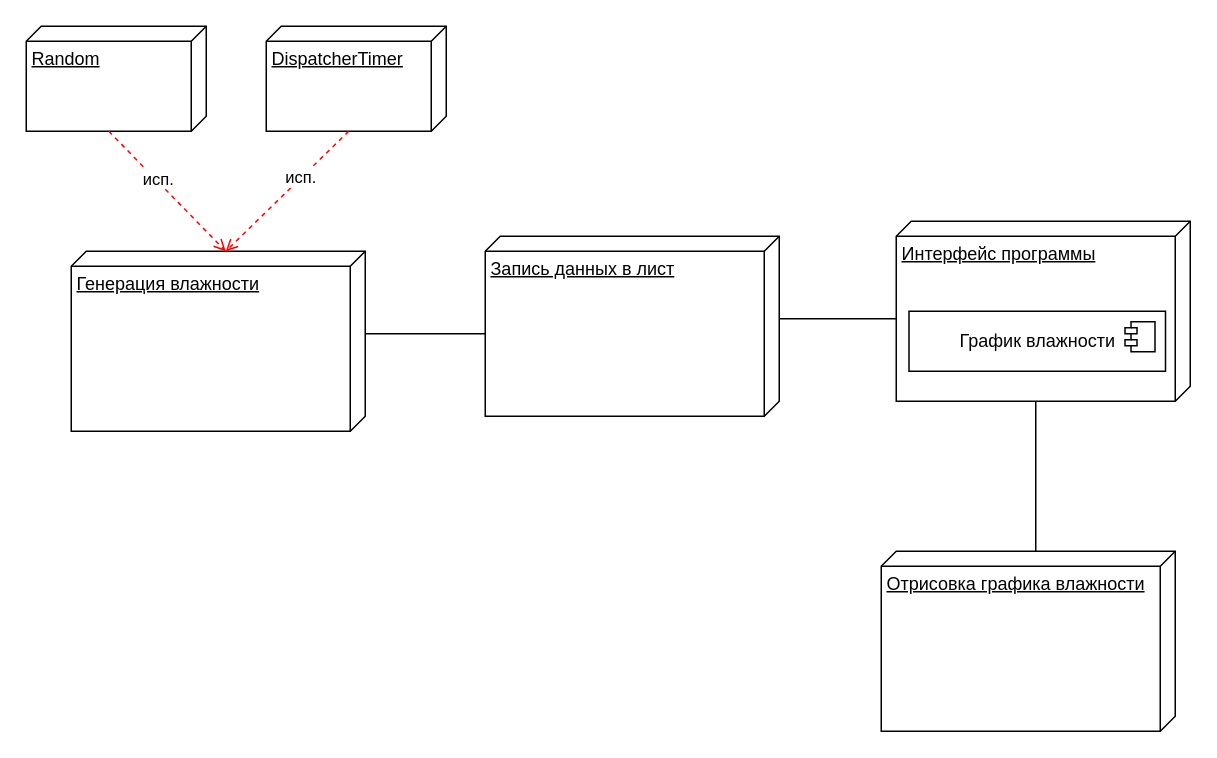
JPKakaAG/praktika5v keeps this draw.io diagram as Диаграммы/8 Диаграмма развёртывания.drawio. Above is the earlier version. Source tidied: cells renumbered, new cells numbered last; positions are measured from the earlier drawing's top-left corner, leaving out a move shared by most shapes. Both pictures are drawn from the tidied source at 150%, with x=0, y=0 at pixel (26, 26).
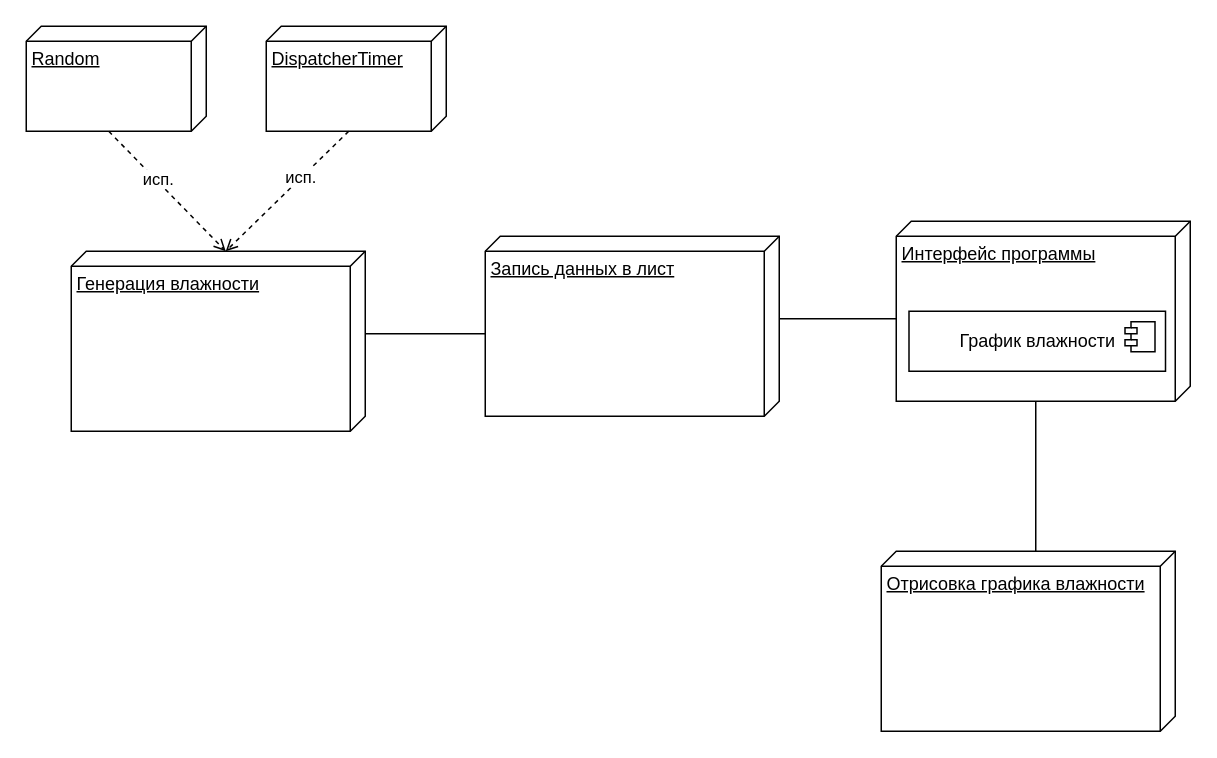
The same diagram, later.

The edit, as a diff of the source:
```diff
@@
 <mxGraphModel>
   <root>
     <mxCell id="0" />
     <mxCell id="1" parent="0" />
     <mxCell id="2" value="Запись данных в лист" style="verticalAlign=top;align=left;spacingTop=8;spacingLeft=2;spacingRight=12;shape=cube;size=10;direction=south;fontStyle=4;html=1;whiteSpace=wrap;" parent="1" vertex="1">
       <mxGeometry x="306" y="140" width="196" height="120" as="geometry" />
     </mxCell>
     <mxCell id="3" value="Генерация влажности" style="verticalAlign=top;align=left;spacingTop=8;spacingLeft=2;spacingRight=12;shape=cube;size=10;direction=south;fontStyle=4;html=1;whiteSpace=wrap;" parent="1" vertex="1">
       <mxGeometry x="30" y="150" width="196" height="120" as="geometry" />
     </mxCell>
     <mxCell id="4" value="Интерфейс программы" style="verticalAlign=top;align=left;spacingTop=8;spacingLeft=2;spacingRight=12;shape=cube;size=10;direction=south;fontStyle=4;html=1;whiteSpace=wrap;" parent="1" vertex="1">
       <mxGeometry x="580" y="130" width="196" height="120" as="geometry" />
     </mxCell>
     <mxCell id="5" value="График влажности" style="html=1;whiteSpace=wrap;" parent="1" vertex="1">
       <mxGeometry x="588.5" y="190" width="171" height="40" as="geometry" />
     </mxCell>
     <mxCell id="6" style="shape=module;jettyWidth=8;jettyHeight=4;" parent="5" vertex="1">
       <mxGeometry x="1" width="20" height="20" relative="1" as="geometry">
         <mxPoint x="-27" y="7" as="offset" />
       </mxGeometry>
     </mxCell>
     <mxCell id="7" value="Отрисовка графика влажности" style="verticalAlign=top;align=left;spacingTop=8;spacingLeft=2;spacingRight=12;shape=cube;size=10;direction=south;fontStyle=4;html=1;whiteSpace=wrap;" parent="1" vertex="1">
       <mxGeometry x="570" y="350" width="196" height="120" as="geometry" />
     </mxCell>
     <mxCell id="8" value="Random" style="verticalAlign=top;align=left;spacingTop=8;spacingLeft=2;spacingRight=12;shape=cube;size=10;direction=south;fontStyle=4;html=1;whiteSpace=wrap;" parent="1" vertex="1">
       <mxGeometry width="120" height="70" as="geometry" />
     </mxCell>
     <mxCell id="9" value="DispatcherTimer" style="verticalAlign=top;align=left;spacingTop=8;spacingLeft=2;spacingRight=12;shape=cube;size=10;direction=south;fontStyle=4;html=1;whiteSpace=wrap;" parent="1" vertex="1">
       <mxGeometry x="160" width="120" height="70" as="geometry" />
     </mxCell>
-    <mxCell id="10" style="endArrow=open;html=1;rounded=0;dashed=1;endFill=0;strokeColor=#ff0000;entryX=0;entryY=0;entryDx=0;entryDy=93;entryPerimeter=0;exitX=0;exitY=0;exitDx=70;exitDy=65;exitPerimeter=0;" parent="1" edge="1" source="8" target="3">
+    <mxCell id="10" style="endArrow=open;html=1;rounded=0;dashed=1;endFill=0;strokeColor=#000000;entryX=0;entryY=0;entryDx=0;entryDy=93;entryPerimeter=0;exitX=0;exitY=0;exitDx=70;exitDy=65;exitPerimeter=0;" parent="1" edge="1" source="8" target="3">
       <mxGeometry relative="1" as="geometry" />
     </mxCell>
     <mxCell id="11" value="исп." style="edgeLabel;html=1;align=center;verticalAlign=middle;" parent="10" vertex="1">
       <mxGeometry x="-0.2" y="1" relative="1" as="geometry" />
     </mxCell>
-    <mxCell id="12" style="endArrow=open;html=1;rounded=0;dashed=1;endFill=0;strokeColor=#ff0000;exitX=0;exitY=0;exitDx=70;exitDy=65;exitPerimeter=0;entryX=0;entryY=0;entryDx=0;entryDy=93;entryPerimeter=0;" parent="1" edge="1" source="9" target="3">
+    <mxCell id="12" style="endArrow=open;html=1;rounded=0;dashed=1;endFill=0;strokeColor=#000000;exitX=0;exitY=0;exitDx=70;exitDy=65;exitPerimeter=0;entryX=0;entryY=0;entryDx=0;entryDy=93;entryPerimeter=0;" parent="1" edge="1" source="9" target="3">
       <mxGeometry relative="1" as="geometry" />
     </mxCell>
     <mxCell id="13" value="исп." style="edgeLabel;html=1;align=center;verticalAlign=middle;" parent="12" vertex="1">
       <mxGeometry x="-0.23" y="-1" relative="1" as="geometry" />
     </mxCell>
     <mxCell id="14" style="endArrow=none;html=1;rounded=0;exitX=0;exitY=0;exitDx=55;exitDy=0;exitPerimeter=0;entryX=0;entryY=0;entryDx=65;entryDy=196;entryPerimeter=0;" parent="1" edge="1" source="3" target="2">
       <mxGeometry relative="1" as="geometry" />
     </mxCell>
     <mxCell id="15" style="endArrow=none;html=1;rounded=0;exitX=0;exitY=0;exitDx=55;exitDy=0;exitPerimeter=0;entryX=0;entryY=0;entryDx=65;entryDy=196;entryPerimeter=0;" parent="1" edge="1" source="2" target="4">
       <mxGeometry relative="1" as="geometry" />
     </mxCell>
     <mxCell id="16" style="endArrow=none;html=1;rounded=0;entryX=0;entryY=0;entryDx=120;entryDy=103;entryPerimeter=0;exitX=0;exitY=0;exitDx=0;exitDy=93;exitPerimeter=0;" parent="1" edge="1" source="7" target="4">
       <mxGeometry relative="1" as="geometry" />
     </mxCell>
   </root>
 </mxGraphModel>
```
